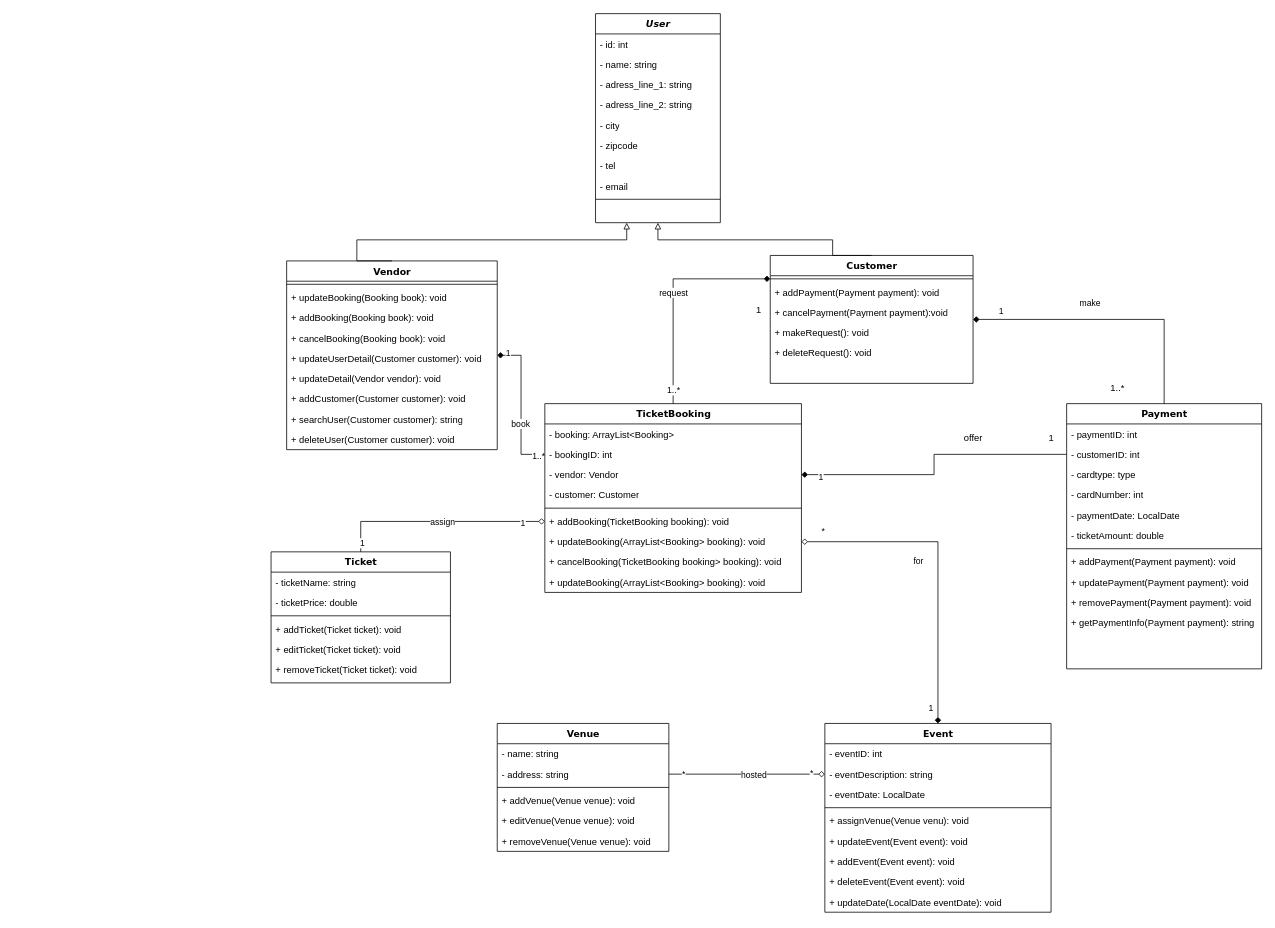
Earlier version of the draw.io diagram classdiagram/java/Untitled Diagram.drawio (Esh07/Events-Ticket-Booking-App). Source tidied: cells renumbered, new cells numbered last; positions are measured from the earlier drawing's top-left corner, leaving out a move shared by most shapes. Both pictures are drawn from the tidied source at 78%, with x=0, y=0 at pixel (271, 13).
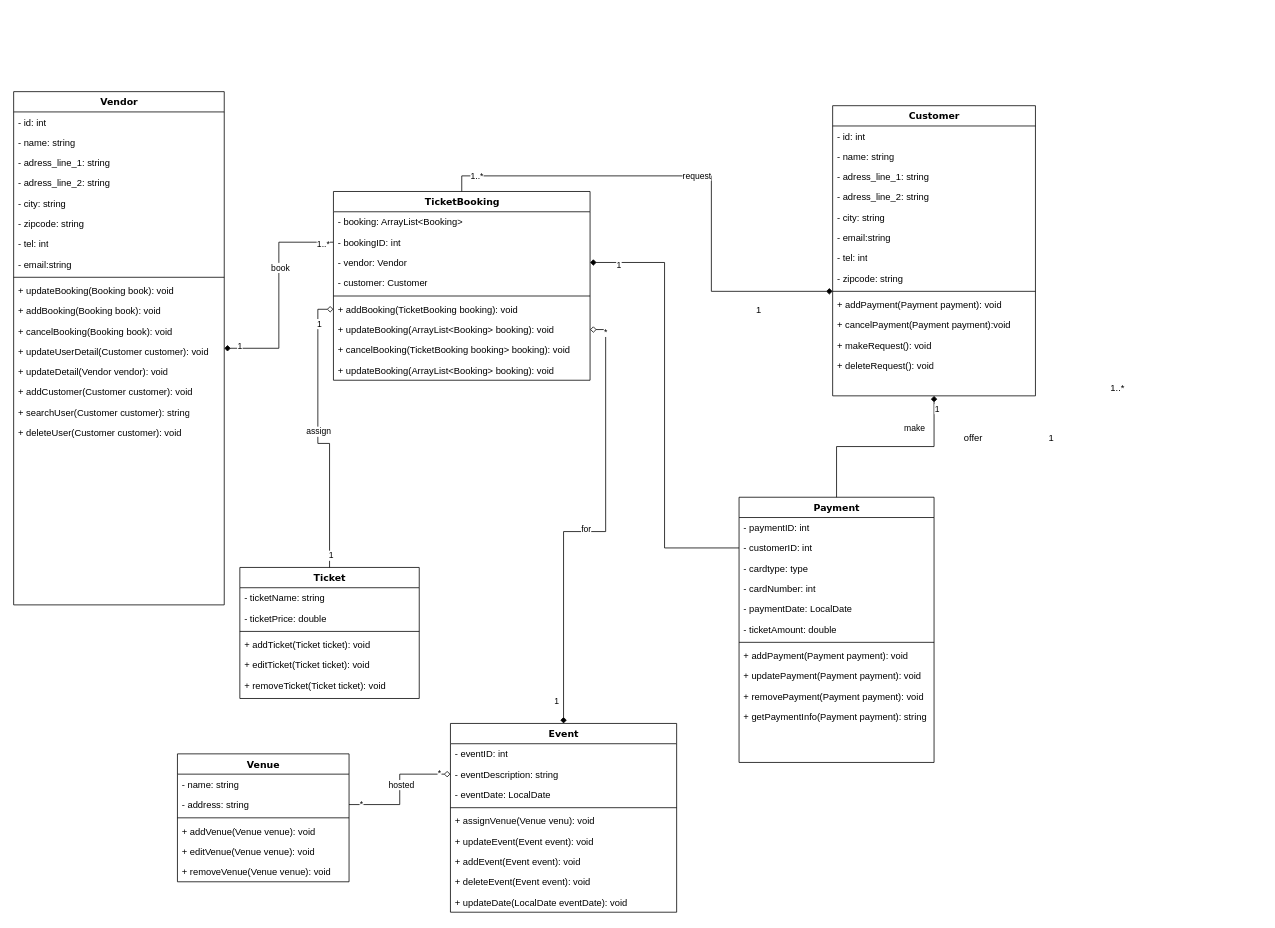
Above is the later version.

The edit, as a diff of the source:
```diff
@@
     <mxCell id="2" value="Ticket" style="swimlane;html=1;fontStyle=1;align=center;verticalAlign=top;horizontal=1;startSize=26;swimlaneFillColor=#ffffff;rounded=0;shadow=0;comic=0;labelBackgroundColor=none;strokeWidth=1;fillColor=none;fontFamily=Verdana;fontSize=12;" parent="1" vertex="1">
-      <mxGeometry y="690" width="230" height="168" as="geometry" />
+      <mxGeometry x="-40" y="710" width="230" height="168" as="geometry" />
     </mxCell>
@@
-    <mxCell id="9" style="edgeStyle=orthogonalEdgeStyle;rounded=0;jettySize=auto;html=1;endArrow=block;endFill=0;entryX=0.25;entryY=1;entryDx=0;entryDy=0;exitX=0.5;exitY=0;exitDx=0;exitDy=0;" parent="1" edge="1" source="14" target="89">
-      <mxGeometry relative="1" as="geometry">
-        <Array as="points">
-          <mxPoint x="110" y="290" />
-          <mxPoint x="456" y="290" />
-        </Array>
-      </mxGeometry>
-    </mxCell>
@@
     <mxCell id="14" value="Vendor" style="swimlane;html=1;fontStyle=1;align=center;verticalAlign=top;horizontal=1;startSize=26;swimlaneFillColor=#ffffff;rounded=0;shadow=0;comic=0;labelBackgroundColor=none;strokeWidth=1;fillColor=none;fontFamily=Verdana;fontSize=12;" parent="1" vertex="1">
-      <mxGeometry x="20" y="317" width="270" height="242" as="geometry" />
+      <mxGeometry x="-330" y="100" width="270" height="658" as="geometry" />
     </mxCell>
+    <mxCell id="103" value="- id: int" style="text;html=1;strokeColor=none;fillColor=none;align=left;verticalAlign=top;spacingLeft=4;spacingRight=4;whiteSpace=wrap;overflow=hidden;" parent="14" vertex="1">
+      <mxGeometry y="26" width="270" height="26" as="geometry" />
+    </mxCell>
+    <mxCell id="104" value="- name: string" style="text;html=1;strokeColor=none;fillColor=none;align=left;verticalAlign=top;spacingLeft=4;spacingRight=4;whiteSpace=wrap;overflow=hidden;" parent="14" vertex="1">
+      <mxGeometry y="52" width="270" height="26" as="geometry" />
+    </mxCell>
+    <mxCell id="105" value="- adress_line_1: string" style="text;html=1;strokeColor=none;fillColor=none;align=left;verticalAlign=top;spacingLeft=4;spacingRight=4;whiteSpace=wrap;overflow=hidden;" parent="14" vertex="1">
+      <mxGeometry y="78" width="270" height="26" as="geometry" />
+    </mxCell>
+    <mxCell id="106" value="- adress_line_2: string" style="text;html=1;strokeColor=none;fillColor=none;align=left;verticalAlign=top;spacingLeft=4;spacingRight=4;whiteSpace=wrap;overflow=hidden;" parent="14" vertex="1">
+      <mxGeometry y="104" width="270" height="26" as="geometry" />
+    </mxCell>
+    <mxCell id="107" value="- city: string" style="text;html=1;strokeColor=none;fillColor=none;align=left;verticalAlign=top;spacingLeft=4;spacingRight=4;whiteSpace=wrap;overflow=hidden;" parent="14" vertex="1">
+      <mxGeometry y="130" width="270" height="26" as="geometry" />
+    </mxCell>
+    <mxCell id="108" value="- zipcode: string" style="text;html=1;strokeColor=none;fillColor=none;align=left;verticalAlign=top;spacingLeft=4;spacingRight=4;whiteSpace=wrap;overflow=hidden;" parent="14" vertex="1">
+      <mxGeometry y="156" width="270" height="26" as="geometry" />
+    </mxCell>
+    <mxCell id="109" value="- tel: int" style="text;html=1;strokeColor=none;fillColor=none;align=left;verticalAlign=top;spacingLeft=4;spacingRight=4;whiteSpace=wrap;overflow=hidden;" parent="14" vertex="1">
+      <mxGeometry y="182" width="270" height="26" as="geometry" />
+    </mxCell>
+    <mxCell id="110" value="- email:string" style="text;html=1;strokeColor=none;fillColor=none;align=left;verticalAlign=top;spacingLeft=4;spacingRight=4;whiteSpace=wrap;overflow=hidden;" parent="14" vertex="1">
+      <mxGeometry y="208" width="270" height="26" as="geometry" />
+    </mxCell>
     <mxCell id="15" style="line;html=1;strokeWidth=1;fillColor=none;align=left;verticalAlign=middle;spacingTop=-1;spacingLeft=3;spacingRight=3;labelPosition=right;" parent="14" vertex="1">
-      <mxGeometry y="26" width="270" height="8" as="geometry" />
+      <mxGeometry y="234" width="270" height="8" as="geometry" />
     </mxCell>
     <mxCell id="16" value="+ updateBooking(Booking book): void" style="text;html=1;strokeColor=none;fillColor=none;align=left;verticalAlign=top;spacingLeft=4;spacingRight=4;whiteSpace=wrap;overflow=hidden;" parent="14" vertex="1">
-      <mxGeometry y="34" width="270" height="26" as="geometry" />
+      <mxGeometry y="242" width="270" height="26" as="geometry" />
     </mxCell>
     <mxCell id="17" value="+ addBooking(Booking book): void" style="text;html=1;strokeColor=none;fillColor=none;align=left;verticalAlign=top;spacingLeft=4;spacingRight=4;whiteSpace=wrap;overflow=hidden;" parent="14" vertex="1">
-      <mxGeometry y="60" width="270" height="26" as="geometry" />
+      <mxGeometry y="268" width="270" height="26" as="geometry" />
     </mxCell>
     <mxCell id="18" value="+ cancelBooking(Booking book): void" style="text;html=1;strokeColor=none;fillColor=none;align=left;verticalAlign=top;spacingLeft=4;spacingRight=4;whiteSpace=wrap;overflow=hidden;" parent="14" vertex="1">
-      <mxGeometry y="86" width="270" height="26" as="geometry" />
+      <mxGeometry y="294" width="270" height="26" as="geometry" />
     </mxCell>
     <mxCell id="19" value="+ updateUserDetail(Customer customer): void" style="text;html=1;strokeColor=none;fillColor=none;align=left;verticalAlign=top;spacingLeft=4;spacingRight=4;whiteSpace=wrap;overflow=hidden;" parent="14" vertex="1">
-      <mxGeometry y="112" width="270" height="26" as="geometry" />
+      <mxGeometry y="320" width="270" height="26" as="geometry" />
     </mxCell>
     <mxCell id="20" value="+ updateDetail(Vendor vendor): void" style="text;html=1;strokeColor=none;fillColor=none;align=left;verticalAlign=top;spacingLeft=4;spacingRight=4;whiteSpace=wrap;overflow=hidden;" parent="14" vertex="1">
-      <mxGeometry y="138" width="270" height="26" as="geometry" />
+      <mxGeometry y="346" width="270" height="26" as="geometry" />
     </mxCell>
     <mxCell id="21" value="+ addCustomer(Customer customer): void" style="text;html=1;strokeColor=none;fillColor=none;align=left;verticalAlign=top;spacingLeft=4;spacingRight=4;whiteSpace=wrap;overflow=hidden;" parent="14" vertex="1">
-      <mxGeometry y="164" width="270" height="26" as="geometry" />
+      <mxGeometry y="372" width="270" height="26" as="geometry" />
     </mxCell>
     <mxCell id="22" value="+ searchUser(Customer customer): string" style="text;html=1;strokeColor=none;fillColor=none;align=left;verticalAlign=top;spacingLeft=4;spacingRight=4;whiteSpace=wrap;overflow=hidden;" parent="14" vertex="1">
-      <mxGeometry y="190" width="270" height="26" as="geometry" />
+      <mxGeometry y="398" width="270" height="26" as="geometry" />
     </mxCell>
     <mxCell id="23" value="+ deleteUser(Customer customer): void" style="text;html=1;strokeColor=none;fillColor=none;align=left;verticalAlign=top;spacingLeft=4;spacingRight=4;whiteSpace=wrap;overflow=hidden;" parent="14" vertex="1">
-      <mxGeometry y="216" width="270" height="26" as="geometry" />
+      <mxGeometry y="424" width="270" height="26" as="geometry" />
     </mxCell>
@@
-    <mxCell id="27" style="edgeStyle=orthogonalEdgeStyle;rounded=0;jettySize=auto;html=1;entryX=0.5;entryY=1;entryDx=0;entryDy=0;endArrow=block;endFill=0;exitX=0.5;exitY=0;exitDx=0;exitDy=0;" parent="1" edge="1" source="28" target="89">
-      <mxGeometry relative="1" as="geometry">
-        <Array as="points">
-          <mxPoint x="720" y="290" />
-          <mxPoint x="496" y="290" />
-        </Array>
-      </mxGeometry>
-    </mxCell>
     <mxCell id="28" value="Customer" style="swimlane;html=1;fontStyle=1;align=center;verticalAlign=top;horizontal=1;startSize=26;swimlaneFillColor=#ffffff;rounded=0;shadow=0;comic=0;labelBackgroundColor=none;strokeWidth=1;fillColor=none;fontFamily=Verdana;fontSize=12;" parent="1" vertex="1">
-      <mxGeometry x="640" y="310" width="260" height="164" as="geometry" />
+      <mxGeometry x="720" y="118" width="260" height="372" as="geometry" />
     </mxCell>
+    <mxCell id="111" value="- id: int" style="text;html=1;strokeColor=none;fillColor=none;align=left;verticalAlign=top;spacingLeft=4;spacingRight=4;whiteSpace=wrap;overflow=hidden;" parent="28" vertex="1">
+      <mxGeometry y="26" width="260" height="26" as="geometry" />
+    </mxCell>
+    <mxCell id="112" value="- name: string" style="text;html=1;strokeColor=none;fillColor=none;align=left;verticalAlign=top;spacingLeft=4;spacingRight=4;whiteSpace=wrap;overflow=hidden;" parent="28" vertex="1">
+      <mxGeometry y="52" width="260" height="26" as="geometry" />
+    </mxCell>
+    <mxCell id="113" value="- adress_line_1: string" style="text;html=1;strokeColor=none;fillColor=none;align=left;verticalAlign=top;spacingLeft=4;spacingRight=4;whiteSpace=wrap;overflow=hidden;" parent="28" vertex="1">
+      <mxGeometry y="78" width="260" height="26" as="geometry" />
+    </mxCell>
+    <mxCell id="114" value="- adress_line_2: string" style="text;html=1;strokeColor=none;fillColor=none;align=left;verticalAlign=top;spacingLeft=4;spacingRight=4;whiteSpace=wrap;overflow=hidden;" parent="28" vertex="1">
+      <mxGeometry y="104" width="260" height="26" as="geometry" />
+    </mxCell>
+    <mxCell id="115" value="- city: string" style="text;html=1;strokeColor=none;fillColor=none;align=left;verticalAlign=top;spacingLeft=4;spacingRight=4;whiteSpace=wrap;overflow=hidden;" parent="28" vertex="1">
+      <mxGeometry y="130" width="260" height="26" as="geometry" />
+    </mxCell>
+    <mxCell id="116" value="- email:string" style="text;html=1;strokeColor=none;fillColor=none;align=left;verticalAlign=top;spacingLeft=4;spacingRight=4;whiteSpace=wrap;overflow=hidden;" parent="28" vertex="1">
+      <mxGeometry y="156" width="260" height="26" as="geometry" />
+    </mxCell>
+    <mxCell id="117" value="- tel: int" style="text;html=1;strokeColor=none;fillColor=none;align=left;verticalAlign=top;spacingLeft=4;spacingRight=4;whiteSpace=wrap;overflow=hidden;" parent="28" vertex="1">
+      <mxGeometry y="182" width="260" height="26" as="geometry" />
+    </mxCell>
+    <mxCell id="118" value="- zipcode: string" style="text;html=1;strokeColor=none;fillColor=none;align=left;verticalAlign=top;spacingLeft=4;spacingRight=4;whiteSpace=wrap;overflow=hidden;" parent="28" vertex="1">
+      <mxGeometry y="208" width="260" height="26" as="geometry" />
+    </mxCell>
     <mxCell id="29" style="line;html=1;strokeWidth=1;fillColor=none;align=left;verticalAlign=middle;spacingTop=-1;spacingLeft=3;spacingRight=3;labelPosition=right;points=[];portConstraint=eastwest;" parent="28" vertex="1">
-      <mxGeometry y="26" width="260" height="8" as="geometry" />
+      <mxGeometry y="234" width="260" height="8" as="geometry" />
     </mxCell>
     <mxCell id="30" value="+ addPayment(Payment payment): void" style="text;html=1;strokeColor=none;fillColor=none;align=left;verticalAlign=top;spacingLeft=4;spacingRight=4;whiteSpace=wrap;overflow=hidden;" parent="28" vertex="1">
-      <mxGeometry y="34" width="260" height="26" as="geometry" />
+      <mxGeometry y="242" width="260" height="26" as="geometry" />
     </mxCell>
     <mxCell id="31" value="+ cancelPayment(Payment payment):void" style="text;html=1;strokeColor=none;fillColor=none;align=left;verticalAlign=top;spacingLeft=4;spacingRight=4;whiteSpace=wrap;overflow=hidden;" parent="28" vertex="1">
-      <mxGeometry y="60" width="260" height="26" as="geometry" />
+      <mxGeometry y="268" width="260" height="26" as="geometry" />
     </mxCell>
     <mxCell id="32" value="+ makeRequest(): void" style="text;html=1;strokeColor=none;fillColor=none;align=left;verticalAlign=top;spacingLeft=4;spacingRight=4;whiteSpace=wrap;overflow=hidden;" parent="28" vertex="1">
-      <mxGeometry y="86" width="260" height="26" as="geometry" />
+      <mxGeometry y="294" width="260" height="26" as="geometry" />
     </mxCell>
     <mxCell id="33" value="+ deleteRequest(): void" style="text;html=1;strokeColor=none;fillColor=none;align=left;verticalAlign=top;spacingLeft=4;spacingRight=4;whiteSpace=wrap;overflow=hidden;" parent="28" vertex="1">
-      <mxGeometry y="112" width="260" height="26" as="geometry" />
+      <mxGeometry y="320" width="260" height="26" as="geometry" />
     </mxCell>
@@
     <mxCell id="38" value="TicketBooking" style="swimlane;html=1;fontStyle=1;align=center;verticalAlign=top;horizontal=1;startSize=26;swimlaneFillColor=#ffffff;rounded=0;shadow=0;comic=0;labelBackgroundColor=none;strokeWidth=1;fillColor=none;fontFamily=Verdana;fontSize=12;" parent="1" vertex="1">
-      <mxGeometry x="351" y="500" width="329" height="242" as="geometry" />
+      <mxGeometry x="80" y="228" width="329" height="242" as="geometry" />
     </mxCell>
@@
     <mxCell id="48" value="Payment" style="swimlane;html=1;fontStyle=1;align=center;verticalAlign=top;horizontal=1;startSize=26;swimlaneFillColor=#ffffff;rounded=0;shadow=0;comic=0;labelBackgroundColor=none;strokeWidth=1;fillColor=none;fontFamily=Verdana;fontSize=12;" parent="1" vertex="1">
-      <mxGeometry x="1020" y="500" width="250" height="340" as="geometry" />
+      <mxGeometry x="600" y="620" width="250" height="340" as="geometry" />
     </mxCell>
@@
     <mxCell id="64" value="Event" style="swimlane;html=1;fontStyle=1;align=center;verticalAlign=top;horizontal=1;startSize=26;swimlaneFillColor=#ffffff;rounded=0;shadow=0;comic=0;labelBackgroundColor=none;strokeWidth=1;fillColor=none;fontFamily=Verdana;fontSize=12;" parent="1" vertex="1">
-      <mxGeometry x="710" y="910" width="290" height="242" as="geometry" />
+      <mxGeometry x="230" y="910" width="290" height="242" as="geometry" />
     </mxCell>
@@
     <mxCell id="78" value="Venue" style="swimlane;html=1;fontStyle=1;align=center;verticalAlign=top;horizontal=1;startSize=26;swimlaneFillColor=#ffffff;rounded=0;shadow=0;comic=0;labelBackgroundColor=none;strokeWidth=1;fillColor=none;fontFamily=Verdana;fontSize=12;" parent="1" vertex="1">
-      <mxGeometry x="290" y="910" width="220" height="164" as="geometry" />
+      <mxGeometry x="-120" y="949" width="220" height="164" as="geometry" />
     </mxCell>
@@
-    <mxCell id="89" value="&lt;i&gt;User&lt;/i&gt;" style="swimlane;html=1;fontStyle=1;align=center;verticalAlign=top;horizontal=1;startSize=26;swimlaneFillColor=#ffffff;rounded=0;shadow=0;comic=0;labelBackgroundColor=none;strokeWidth=1;fillColor=none;fontFamily=Verdana;fontSize=12;" parent="1" vertex="1">
-      <mxGeometry x="416" width="160" height="268" as="geometry" />
-    </mxCell>
-    <mxCell id="90" value="- id: int" style="text;html=1;strokeColor=none;fillColor=none;align=left;verticalAlign=top;spacingLeft=4;spacingRight=4;whiteSpace=wrap;overflow=hidden;" parent="89" vertex="1">
-      <mxGeometry y="26" width="160" height="26" as="geometry" />
-    </mxCell>
-    <mxCell id="91" value="- name: string" style="text;html=1;strokeColor=none;fillColor=none;align=left;verticalAlign=top;spacingLeft=4;spacingRight=4;whiteSpace=wrap;overflow=hidden;" parent="89" vertex="1">
-      <mxGeometry y="52" width="160" height="26" as="geometry" />
-    </mxCell>
-    <mxCell id="92" value="- adress_line_1: string" style="text;html=1;strokeColor=none;fillColor=none;align=left;verticalAlign=top;spacingLeft=4;spacingRight=4;whiteSpace=wrap;overflow=hidden;" parent="89" vertex="1">
-      <mxGeometry y="78" width="160" height="26" as="geometry" />
-    </mxCell>
-    <mxCell id="93" value="- adress_line_2: string" style="text;html=1;strokeColor=none;fillColor=none;align=left;verticalAlign=top;spacingLeft=4;spacingRight=4;whiteSpace=wrap;overflow=hidden;" parent="89" vertex="1">
-      <mxGeometry y="104" width="160" height="26" as="geometry" />
-    </mxCell>
-    <mxCell id="94" value="- city" style="text;html=1;strokeColor=none;fillColor=none;align=left;verticalAlign=top;spacingLeft=4;spacingRight=4;whiteSpace=wrap;overflow=hidden;" parent="89" vertex="1">
-      <mxGeometry y="130" width="160" height="26" as="geometry" />
-    </mxCell>
-    <mxCell id="95" value="- zipcode" style="text;html=1;strokeColor=none;fillColor=none;align=left;verticalAlign=top;spacingLeft=4;spacingRight=4;whiteSpace=wrap;overflow=hidden;" parent="89" vertex="1">
-      <mxGeometry y="156" width="160" height="26" as="geometry" />
-    </mxCell>
-    <mxCell id="96" value="- tel" style="text;html=1;strokeColor=none;fillColor=none;align=left;verticalAlign=top;spacingLeft=4;spacingRight=4;whiteSpace=wrap;overflow=hidden;" parent="89" vertex="1">
-      <mxGeometry y="182" width="160" height="26" as="geometry" />
-    </mxCell>
-    <mxCell id="97" value="- email" style="text;html=1;strokeColor=none;fillColor=none;align=left;verticalAlign=top;spacingLeft=4;spacingRight=4;whiteSpace=wrap;overflow=hidden;" parent="89" vertex="1">
-      <mxGeometry y="208" width="160" height="26" as="geometry" />
-    </mxCell>
-    <mxCell id="98" style="line;html=1;strokeWidth=1;fillColor=none;align=left;verticalAlign=middle;spacingTop=-1;spacingLeft=3;spacingRight=3;labelPosition=right;" parent="89" vertex="1">
-      <mxGeometry y="234" width="160" height="8" as="geometry" />
-    </mxCell>
```
